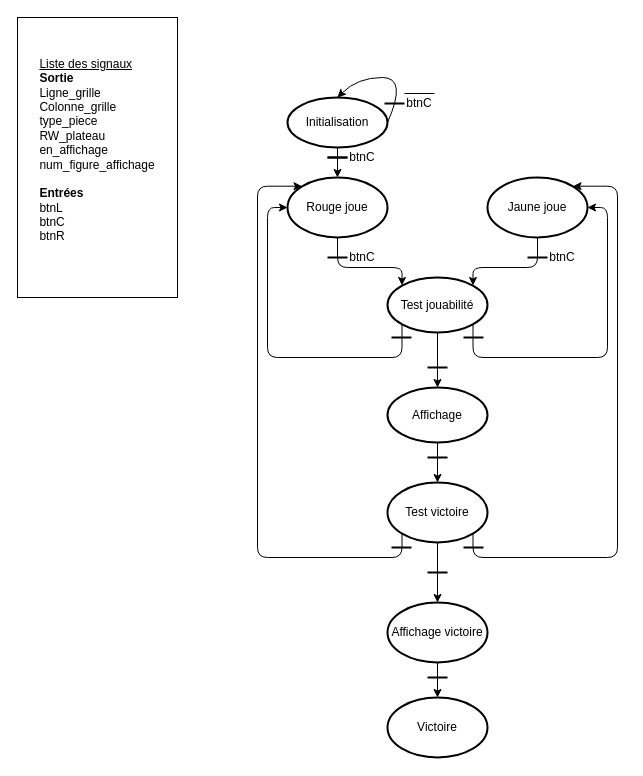
Earlier version of the draw.io diagram Sources/FSM/FSM.drawio (Starmaxou/Puissance4_VHDL). Source tidied: cells renumbered, new cells numbered last; positions are measured from the earlier drawing's top-left corner, leaving out a move shared by most shapes. Both pictures are drawn from the tidied source at 100%, with x=0, y=0 at pixel (17, 17).
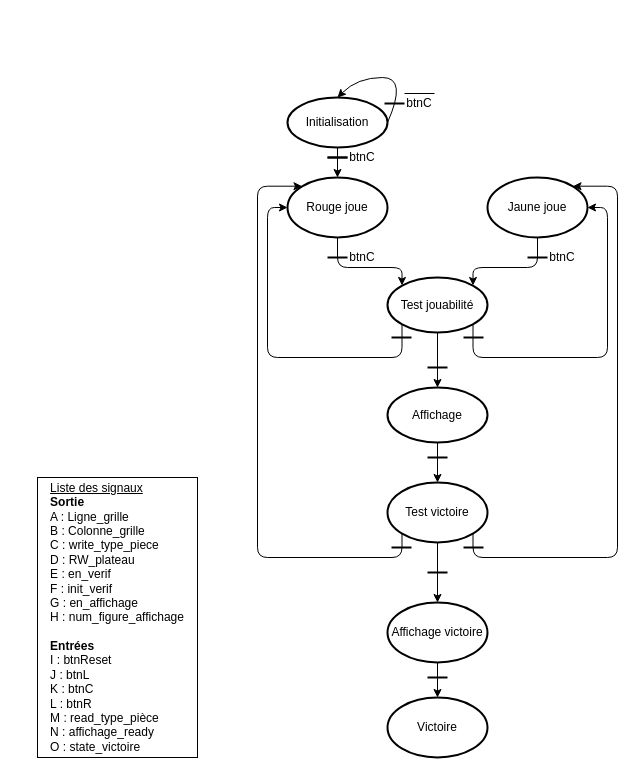
The same page after the edit.

Diff of the diagram source:
```diff
@@
-    <mxCell id="40" value="&lt;div style=&quot;text-align: left&quot;&gt;&lt;u&gt;Liste des signaux&lt;/u&gt;&lt;/div&gt;&lt;b&gt;&lt;div style=&quot;text-align: left&quot;&gt;&lt;b&gt;Sortie&lt;/b&gt;&lt;/div&gt;&lt;/b&gt;&lt;div style=&quot;text-align: left&quot;&gt;&lt;span&gt;Ligne_grille&lt;/span&gt;&lt;/div&gt;&lt;div style=&quot;text-align: left&quot;&gt;&lt;span&gt;Colonne_grille&lt;/span&gt;&lt;/div&gt;&lt;div style=&quot;text-align: left&quot;&gt;&lt;span&gt;type_piece&lt;/span&gt;&lt;/div&gt;&lt;div style=&quot;text-align: left&quot;&gt;&lt;span&gt;RW_plateau&lt;/span&gt;&lt;/div&gt;&lt;div style=&quot;text-align: left&quot;&gt;&lt;span&gt;en_affichage&lt;/span&gt;&lt;/div&gt;&lt;div style=&quot;text-align: left&quot;&gt;&lt;span&gt;num_figure_affichage&lt;/span&gt;&lt;/div&gt;&lt;div style=&quot;text-align: left&quot;&gt;&lt;span&gt;&lt;br&gt;&lt;/span&gt;&lt;/div&gt;&lt;div style=&quot;text-align: left&quot;&gt;&lt;b&gt;Entrées&lt;/b&gt;&lt;/div&gt;&lt;div style=&quot;text-align: left&quot;&gt;btnL&lt;/div&gt;&lt;div style=&quot;text-align: left&quot;&gt;btnC&lt;/div&gt;&lt;div style=&quot;text-align: left&quot;&gt;btnR&lt;/div&gt;&lt;div style=&quot;text-align: left&quot;&gt;&lt;br&gt;&lt;/div&gt;" style="rounded=0;whiteSpace=wrap;html=1;" parent="1" vertex="1">
-      <mxGeometry width="160" height="280" as="geometry" />
+    <mxCell id="40" value="&lt;div style=&quot;text-align: left&quot;&gt;&lt;u&gt;Liste des signaux&lt;/u&gt;&lt;/div&gt;&lt;b&gt;&lt;div style=&quot;text-align: left&quot;&gt;&lt;b&gt;Sortie&lt;/b&gt;&lt;/div&gt;&lt;/b&gt;&lt;div style=&quot;text-align: left&quot;&gt;&lt;span&gt;A : Ligne_grille&lt;/span&gt;&lt;/div&gt;&lt;div style=&quot;text-align: left&quot;&gt;&lt;span&gt;B : Colonne_grille&lt;/span&gt;&lt;/div&gt;&lt;div style=&quot;text-align: left&quot;&gt;&lt;span&gt;C : write_type_piece&lt;/span&gt;&lt;/div&gt;&lt;div style=&quot;text-align: left&quot;&gt;&lt;span&gt;D : RW_plateau&lt;/span&gt;&lt;/div&gt;&lt;div style=&quot;text-align: left&quot;&gt;&lt;span&gt;E : en_verif&lt;/span&gt;&lt;/div&gt;&lt;div style=&quot;text-align: left&quot;&gt;&lt;span&gt;F : init_verif&lt;/span&gt;&lt;/div&gt;&lt;div style=&quot;text-align: left&quot;&gt;&lt;span&gt;G : en_affichage&lt;/span&gt;&lt;/div&gt;&lt;div style=&quot;text-align: left&quot;&gt;&lt;span&gt;H : num_figure_affichage&lt;/span&gt;&lt;/div&gt;&lt;div style=&quot;text-align: left&quot;&gt;&lt;span&gt;&lt;br&gt;&lt;/span&gt;&lt;/div&gt;&lt;div style=&quot;text-align: left&quot;&gt;&lt;b&gt;Entrées&lt;/b&gt;&lt;/div&gt;&lt;div style=&quot;text-align: left&quot;&gt;I : btnReset&lt;/div&gt;&lt;div style=&quot;text-align: left&quot;&gt;J : btnL&lt;/div&gt;&lt;div style=&quot;text-align: left&quot;&gt;K : btnC&lt;/div&gt;&lt;div style=&quot;text-align: left&quot;&gt;L : btnR&lt;/div&gt;&lt;div style=&quot;text-align: left&quot;&gt;M : read_type_pièce&lt;/div&gt;&lt;div style=&quot;text-align: left&quot;&gt;N : affichage_ready&lt;/div&gt;&lt;div style=&quot;text-align: left&quot;&gt;O : state_victoire&lt;/div&gt;" style="rounded=0;whiteSpace=wrap;html=1;" parent="1" vertex="1">
+      <mxGeometry x="20" y="460" width="160" height="280" as="geometry" />
     </mxCell>
```
